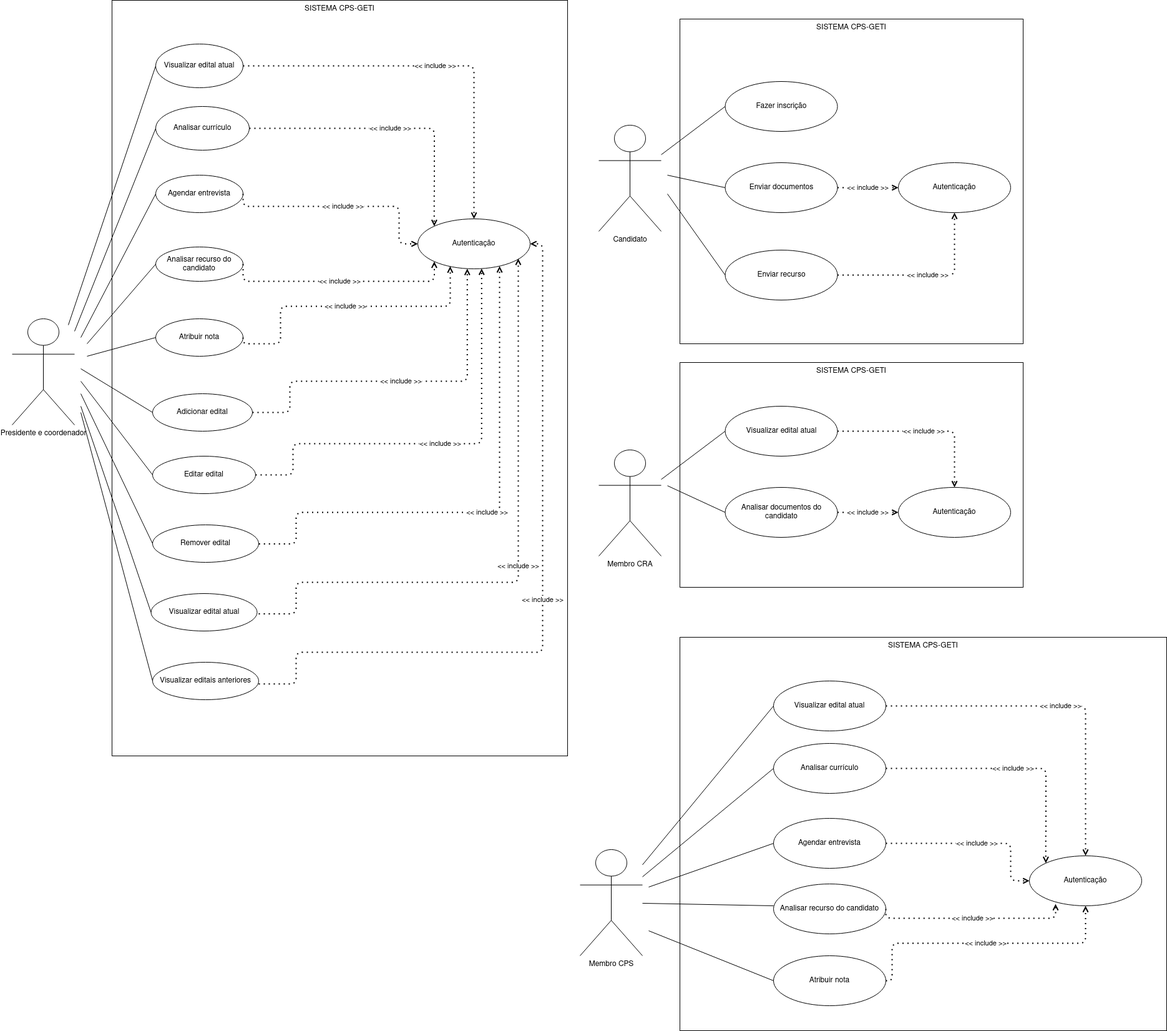
The draw.io diagram diagrams/use-case.png in Piton-Fatec/cps-geti, before a commit. Source tidied: cells renumbered, new cells last; positions are measured from the earlier drawing's top-left corner, leaving out a move shared by most shapes.
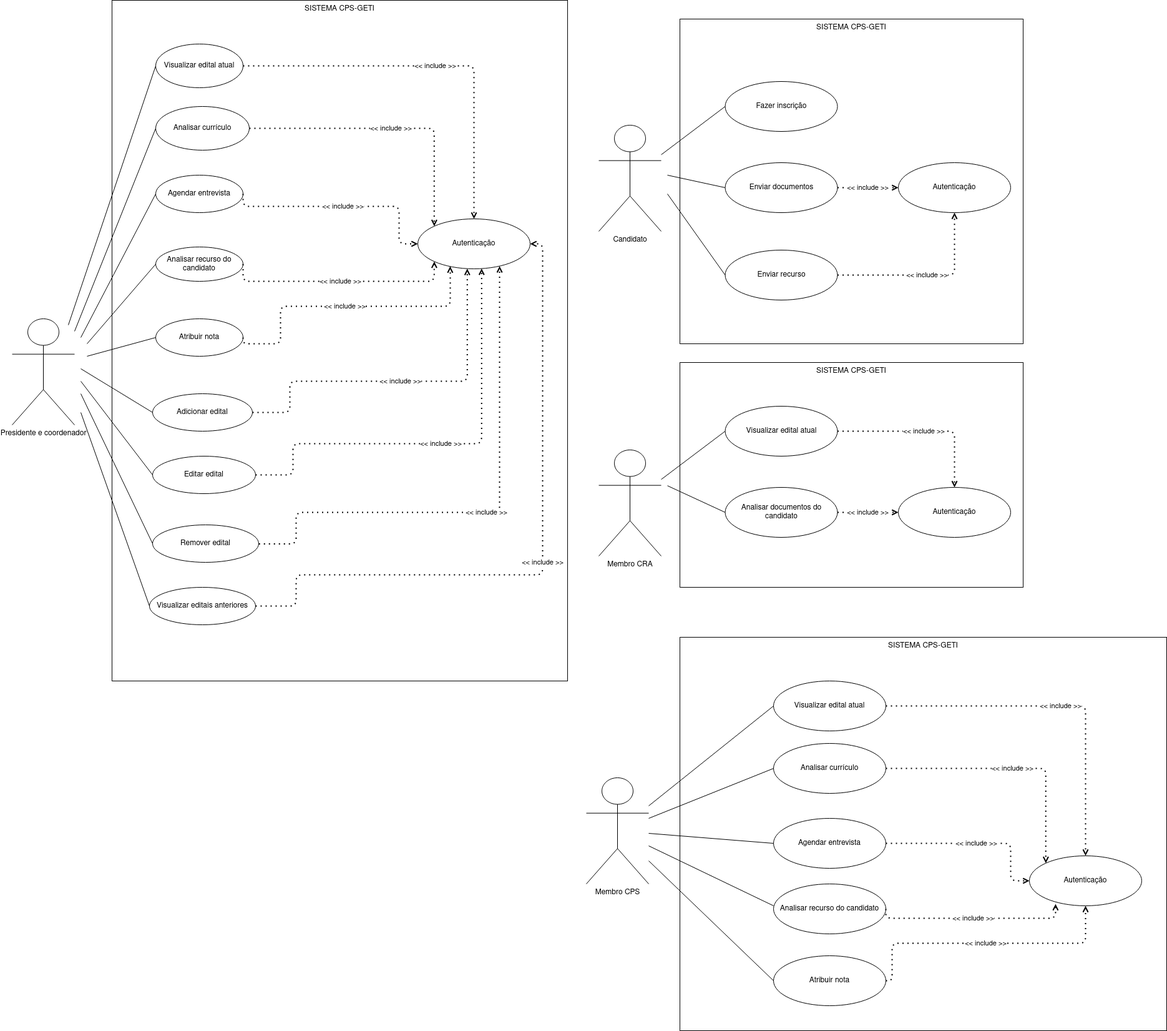
The same file after the commit.

The edit, as a diff of the source:
```diff
@@ -57,7 +57,7 @@
       <mxGeometry relative="1" as="geometry" />
     </mxCell>
     <mxCell id="20" value="Membro CPS" style="shape=umlActor;verticalLabelPosition=bottom;verticalAlign=top;html=1;outlineConnect=0;" parent="1" vertex="1">
-      <mxGeometry x="910" y="1360" width="100" height="170" as="geometry" />
+      <mxGeometry x="920" y="1245" width="100" height="170" as="geometry" />
     </mxCell>
     <mxCell id="21" value="Visualizar edital atual" style="ellipse;whiteSpace=wrap;html=1;" parent="1" vertex="1">
       <mxGeometry x="1220" y="1090" width="180" height="80" as="geometry" />
@@ -86,20 +86,16 @@
     <mxCell id="29" style="endArrow=none;html=1;entryX=0;entryY=0.5;entryDx=0;entryDy=0;" parent="1" edge="1" source="20" target="21">
       <mxGeometry relative="1" as="geometry" />
     </mxCell>
-    <mxCell id="30" style="endArrow=none;html=1;entryX=0;entryY=0.5;entryDx=0;entryDy=0;" parent="1" edge="1" target="26">
-      <mxGeometry relative="1" as="geometry">
-        <mxPoint x="1020" y="1420" as="sourcePoint" />
-      </mxGeometry>
+    <mxCell id="30" style="endArrow=none;html=1;entryX=0;entryY=0.5;entryDx=0;entryDy=0;" parent="1" edge="1" source="20" target="26">
+      <mxGeometry relative="1" as="geometry" />
     </mxCell>
     <mxCell id="31" style="endArrow=none;html=1;entryX=0;entryY=0.5;entryDx=0;entryDy=0;" parent="1" edge="1" source="20">
       <mxGeometry relative="1" as="geometry">
         <mxPoint x="1220" y="1450" as="targetPoint" />
       </mxGeometry>
     </mxCell>
-    <mxCell id="32" style="endArrow=none;html=1;entryX=0;entryY=0.5;entryDx=0;entryDy=0;" parent="1" edge="1" target="28">
-      <mxGeometry relative="1" as="geometry">
-        <mxPoint x="1020" y="1490" as="sourcePoint" />
-      </mxGeometry>
+    <mxCell id="32" style="endArrow=none;html=1;entryX=0;entryY=0.5;entryDx=0;entryDy=0;" parent="1" edge="1" source="20" target="28">
+      <mxGeometry relative="1" as="geometry" />
     </mxCell>
     <mxCell id="33" value="&lt;div&gt;&amp;lt;&amp;lt; include &amp;gt;&amp;gt;&lt;/div&gt;" style="endArrow=open;dashed=1;html=1;dashPattern=1 3;strokeWidth=2;entryX=0;entryY=0.5;entryDx=0;entryDy=0;endFill=0;startArrow=none;startFill=0;exitX=1;exitY=0.5;exitDx=0;exitDy=0;edgeStyle=orthogonalEdgeStyle;" parent="1" edge="1" source="26" target="22">
       <mxGeometry relative="1" as="geometry">
@@ -127,7 +123,7 @@
       </mxGeometry>
     </mxCell>
     <mxCell id="36" value="SISTEMA CPS-GETI" style="rounded=0;whiteSpace=wrap;html=1;verticalAlign=top;" parent="1" vertex="1">
-      <mxGeometry x="160" width="730" height="1210" as="geometry" />
+      <mxGeometry x="160" width="730" height="1090" as="geometry" />
     </mxCell>
     <mxCell id="37" value="&lt;div&gt;&amp;lt;&amp;lt; include &amp;gt;&amp;gt;&lt;/div&gt;" style="endArrow=open;dashed=1;html=1;dashPattern=1 3;strokeWidth=2;entryX=0;entryY=0;entryDx=0;entryDy=0;endFill=0;startArrow=none;startFill=0;exitX=1;exitY=0.5;exitDx=0;exitDy=0;edgeStyle=orthogonalEdgeStyle;" parent="1" edge="1" source="40" target="39">
       <mxGeometry relative="1" as="geometry" />
@@ -219,29 +215,15 @@
         </Array>
       </mxGeometry>
     </mxCell>
-    <mxCell id="54" value="Visualizar edital atual" style="ellipse;whiteSpace=wrap;html=1;" parent="1" vertex="1">
-      <mxGeometry x="222.5" y="950" width="170" height="60" as="geometry" />
-    </mxCell>
     <mxCell id="55" value="Visualizar editais anteriores" style="ellipse;whiteSpace=wrap;html=1;" parent="1" vertex="1">
-      <mxGeometry x="225" y="1060" width="170" height="60" as="geometry" />
+      <mxGeometry x="220" y="940" width="170" height="60" as="geometry" />
     </mxCell>
-    <mxCell id="56" value="&lt;div&gt;&amp;lt;&amp;lt; include &amp;gt;&amp;gt;&lt;/div&gt;" style="endArrow=open;dashed=1;html=1;dashPattern=1 3;strokeWidth=2;endFill=0;startArrow=none;startFill=0;exitX=1;exitY=0.5;exitDx=0;exitDy=0;edgeStyle=orthogonalEdgeStyle;entryX=0.894;entryY=0.795;entryDx=0;entryDy=0;entryPerimeter=0;" parent="1" edge="1" target="39">
-      <mxGeometry relative="1" as="geometry">
-        <mxPoint x="395" y="982.4" as="sourcePoint" />
-        <Array as="points">
-          <mxPoint x="455" y="982" />
-          <mxPoint x="455" y="932" />
-          <mxPoint x="811" y="932" />
-        </Array>
-      </mxGeometry>
-    </mxCell>
-    <mxCell id="57" value="&lt;div&gt;&amp;lt;&amp;lt; include &amp;gt;&amp;gt;&lt;/div&gt;" style="endArrow=open;dashed=1;html=1;dashPattern=1 3;strokeWidth=2;endFill=0;startArrow=none;startFill=0;exitX=1;exitY=0.5;exitDx=0;exitDy=0;edgeStyle=orthogonalEdgeStyle;entryX=1;entryY=0.5;entryDx=0;entryDy=0;" parent="1" edge="1" target="39">
+    <mxCell id="57" value="&lt;div&gt;&amp;lt;&amp;lt; include &amp;gt;&amp;gt;&lt;/div&gt;" style="endArrow=open;dashed=1;html=1;dashPattern=1 3;strokeWidth=2;endFill=0;startArrow=none;startFill=0;exitX=1;exitY=0.5;exitDx=0;exitDy=0;edgeStyle=orthogonalEdgeStyle;entryX=1;entryY=0.5;entryDx=0;entryDy=0;" parent="1" edge="1" source="55" target="39">
       <mxGeometry relative="1" as="geometry">
-        <mxPoint x="395" y="1094.8" as="sourcePoint" />
         <Array as="points">
-          <mxPoint x="455" y="1095" />
-          <mxPoint x="455" y="1044" />
-          <mxPoint x="850" y="1044" />
+          <mxPoint x="455" y="970" />
+          <mxPoint x="455" y="920" />
+          <mxPoint x="850" y="920" />
           <mxPoint x="850" y="390" />
         </Array>
       </mxGeometry>
@@ -286,11 +268,6 @@
         <mxPoint x="110" y="630" as="sourcePoint" />
       </mxGeometry>
     </mxCell>
-    <mxCell id="66" style="endArrow=none;html=1;entryX=0;entryY=0.5;entryDx=0;entryDy=0;" parent="1" edge="1" target="54">
-      <mxGeometry relative="1" as="geometry">
-        <mxPoint x="110" y="650" as="sourcePoint" />
-      </mxGeometry>
-    </mxCell>
     <mxCell id="67" style="endArrow=none;html=1;entryX=0;entryY=0.5;entryDx=0;entryDy=0;" parent="1" edge="1" target="55">
       <mxGeometry relative="1" as="geometry">
         <mxPoint x="110" y="660" as="sourcePoint" />
```
